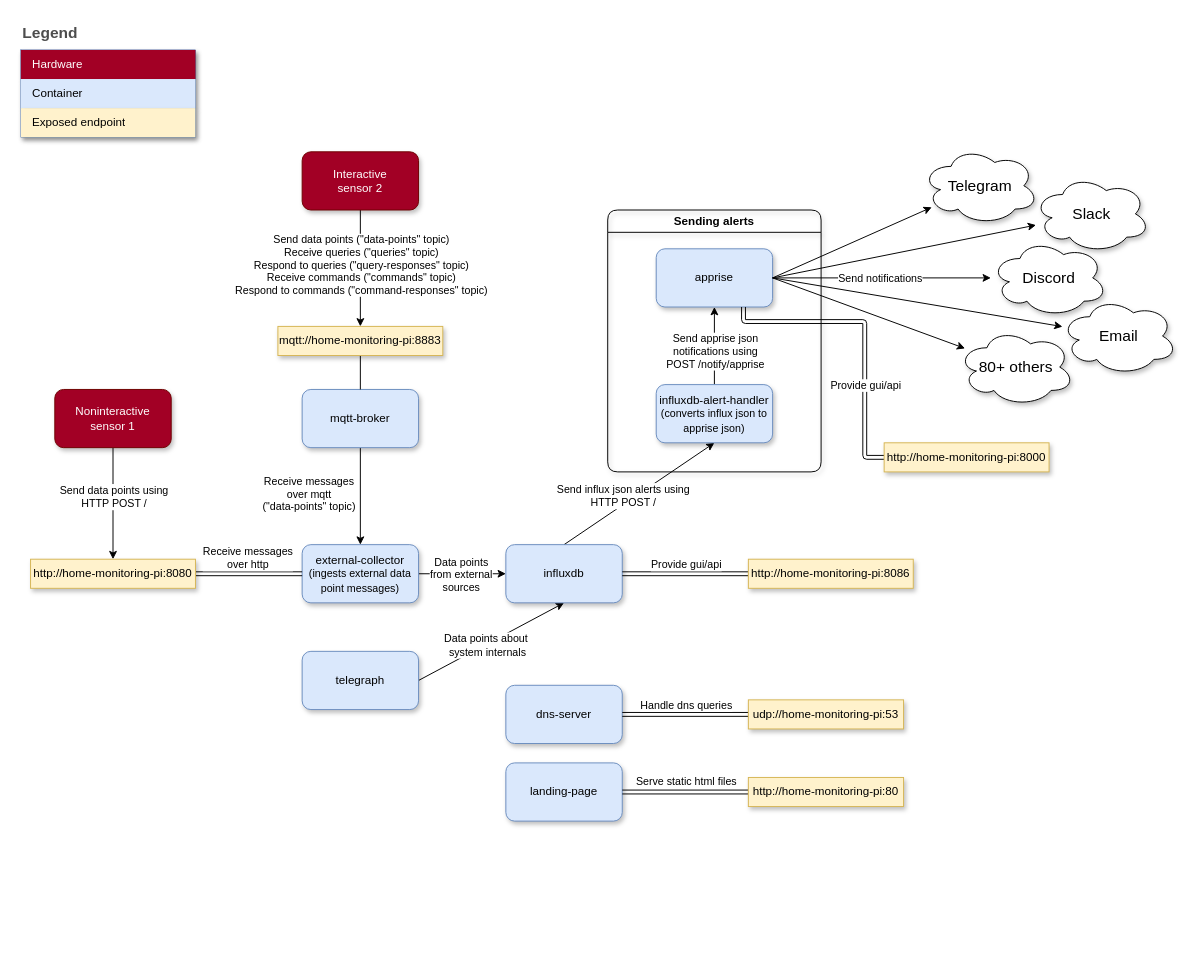
Above: drawings/overview.drawio in Reavershark/home-monitoring (draw.io), before the change. Source tidied: cells renumbered, new cells numbered last; positions are measured from the earlier drawing's top-left corner, leaving out a move shared by most shapes. Both pictures are drawn from the tidied source at 97%, with x=0, y=0 at pixel (20, 20).
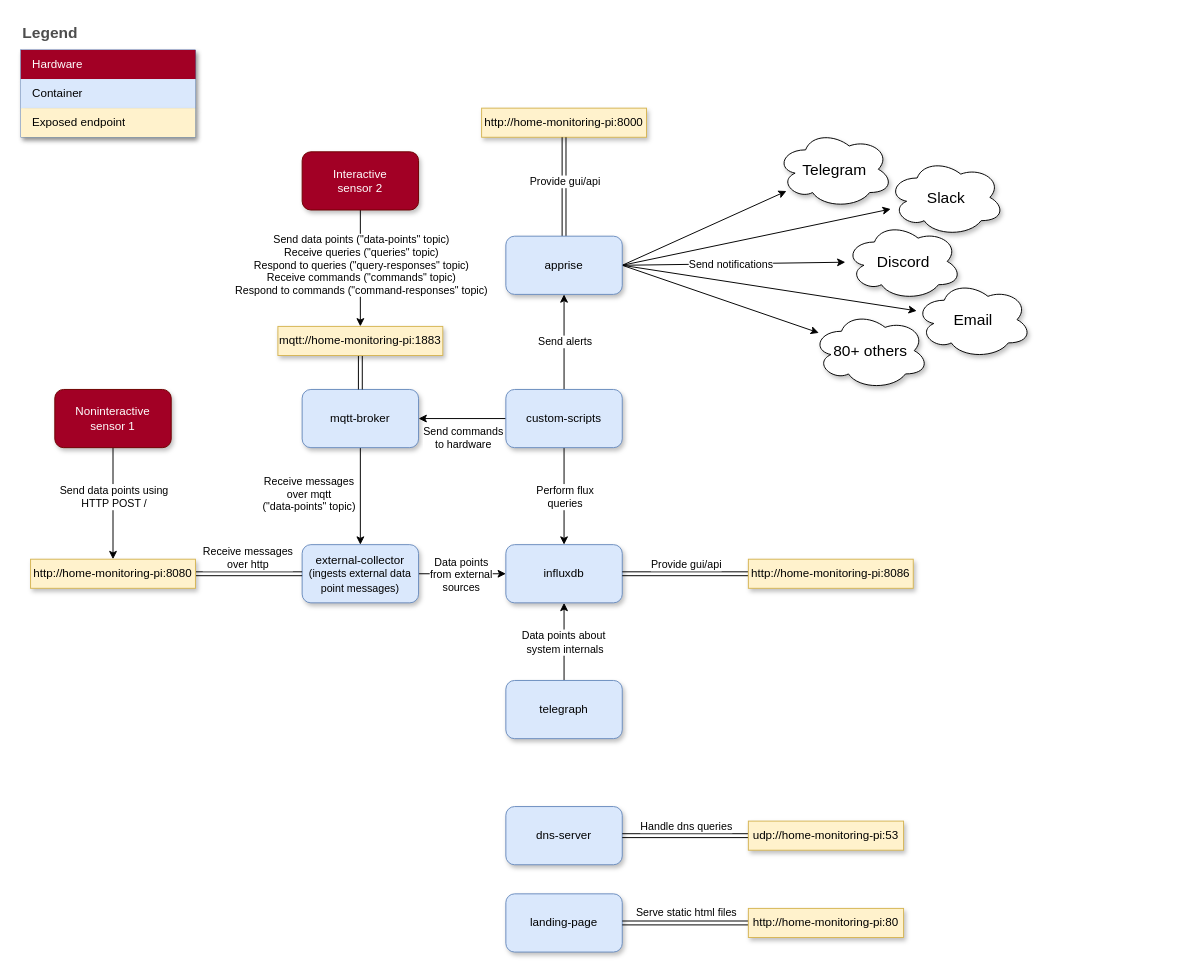
The same page after the edit.

Commit message (it also covers changes not shown here):
Update overview drawing

The change refers to these unchanged cells:
```xml
<mxCell id="17" value="influxdb" style="rounded=1;whiteSpace=wrap;html=1;glass=0;shadow=1;fillColor=#dae8fc;strokeColor=#6c8ebf;" parent="1" vertex="1">
  <mxGeometry x="500" y="540" width="120" height="60" as="geometry" />
</mxCell>
<mxCell id="57" value="mqtt-broker" style="rounded=1;whiteSpace=wrap;html=1;glass=0;shadow=1;fillColor=#dae8fc;strokeColor=#6c8ebf;" parent="1" vertex="1">
  <mxGeometry x="290" y="380" width="120" height="60" as="geometry" />
</mxCell>
```

Change to the diagram source:
```diff
@@
-    <mxCell id="2" style="edgeStyle=none;html=1;exitX=1;exitY=0.5;exitDx=0;exitDy=0;entryX=0.5;entryY=1;entryDx=0;entryDy=0;fontSize=11;fontColor=#000000;" parent="1" edge="1" source="4" target="17">
+    <mxCell id="2" style="edgeStyle=none;html=1;exitX=0.5;exitY=0;exitDx=0;exitDy=0;entryX=0.5;entryY=1;entryDx=0;entryDy=0;fontSize=11;fontColor=#000000;" parent="1" edge="1" source="4" target="17">
       <mxGeometry relative="1" as="geometry" />
     </mxCell>
     <mxCell id="3" value="Data points about&amp;nbsp;&lt;br&gt;system internals" style="edgeLabel;html=1;align=center;verticalAlign=middle;fontSize=11;fontColor=#000000;" parent="2" vertex="1">
       <mxGeometry x="-0.21" relative="1" as="geometry">
-        <mxPoint x="11" y="-5" as="offset" />
+        <mxPoint y="-8" as="offset" />
       </mxGeometry>
     </mxCell>
     <mxCell id="4" value="telegraph" style="rounded=1;whiteSpace=wrap;html=1;glass=0;shadow=1;fillColor=#dae8fc;strokeColor=#6c8ebf;" parent="1" vertex="1">
-      <mxGeometry x="290" y="650" width="120" height="60" as="geometry" />
+      <mxGeometry x="500" y="680" width="120" height="60" as="geometry" />
     </mxCell>
     <mxCell id="5" value="landing-page" style="rounded=1;whiteSpace=wrap;html=1;shadow=1;glass=0;fillColor=#dae8fc;strokeColor=#6c8ebf;" parent="1" vertex="1">
-      <mxGeometry x="500" y="765" width="120" height="60" as="geometry" />
+      <mxGeometry x="500" y="900" width="120" height="60" as="geometry" />
     </mxCell>
     <mxCell id="6" value="dns-server" style="rounded=1;whiteSpace=wrap;html=1;glass=0;shadow=1;fillColor=#dae8fc;strokeColor=#6c8ebf;" parent="1" vertex="1">
-      <mxGeometry x="500" y="685" width="120" height="60" as="geometry" />
+      <mxGeometry x="500" y="810" width="120" height="60" as="geometry" />
     </mxCell>
@@
-    <mxCell id="15" style="edgeStyle=none;html=1;exitX=0.5;exitY=0;exitDx=0;exitDy=0;entryX=0.5;entryY=1;entryDx=0;entryDy=0;fontColor=#000000;" parent="1" edge="1" source="17" target="28">
-      <mxGeometry relative="1" as="geometry" />
-    </mxCell>
-    <mxCell id="16" value="Send influx json alerts using&lt;br&gt;HTTP POST /" style="edgeLabel;html=1;align=center;verticalAlign=middle;fontColor=#000000;" parent="15" vertex="1">
-      <mxGeometry x="-0.31" y="-4" relative="1" as="geometry">
-        <mxPoint x="4" y="-17" as="offset" />
-      </mxGeometry>
-    </mxCell>
@@
     <mxCell id="20" value="http://home-monitoring-pi:80" style="text;html=1;strokeColor=#d6b656;fillColor=#fff2cc;align=center;verticalAlign=middle;whiteSpace=wrap;rounded=0;shadow=1;glass=0;sketch=0;" parent="1" vertex="1">
-      <mxGeometry x="750" y="780" width="160" height="30" as="geometry" />
+      <mxGeometry x="750" y="915" width="160" height="30" as="geometry" />
     </mxCell>
@@
-    <mxCell id="24" value="Sending alerts" style="swimlane;whiteSpace=wrap;html=1;rounded=1;shadow=1;glass=0;sketch=0;strokeColor=default;fontColor=#000000;fillColor=none;startSize=23;" parent="1" vertex="1">
-      <mxGeometry x="605" y="195" width="220" height="270" as="geometry" />
-    </mxCell>
-    <mxCell id="25" value="apprise" style="rounded=1;whiteSpace=wrap;html=1;glass=0;shadow=1;fillColor=#dae8fc;strokeColor=#6c8ebf;" parent="24" vertex="1">
-      <mxGeometry x="50" y="40" width="120" height="60" as="geometry" />
-    </mxCell>
-    <mxCell id="26" style="edgeStyle=none;html=1;exitX=0.5;exitY=0;exitDx=0;exitDy=0;entryX=0.5;entryY=1;entryDx=0;entryDy=0;fontColor=#000000;" parent="24" edge="1" source="28" target="25">
-      <mxGeometry relative="1" as="geometry" />
-    </mxCell>
-    <mxCell id="27" value="Send apprise json&lt;br&gt;notifications using&lt;br&gt;POST /notify/apprise" style="edgeLabel;html=1;align=center;verticalAlign=middle;fontSize=11;fontColor=#000000;" parent="26" vertex="1">
-      <mxGeometry x="-0.3" relative="1" as="geometry">
-        <mxPoint y="-7" as="offset" />
-      </mxGeometry>
-    </mxCell>
-    <mxCell id="28" value="influxdb-alert-handler&lt;br&gt;&lt;font style=&quot;font-size: 11px;&quot;&gt;(converts influx json to apprise json)&lt;/font&gt;" style="rounded=1;whiteSpace=wrap;html=1;glass=0;shadow=1;fillColor=#dae8fc;strokeColor=#6c8ebf;" parent="24" vertex="1">
-      <mxGeometry x="50" y="180" width="120" height="60" as="geometry" />
-    </mxCell>
@@
     <mxCell id="31" value="udp://home-monitoring-pi:53" style="text;html=1;strokeColor=#d6b656;fillColor=#fff2cc;align=center;verticalAlign=middle;whiteSpace=wrap;rounded=0;shadow=1;glass=0;sketch=0;" parent="1" vertex="1">
-      <mxGeometry x="750" y="700" width="160" height="30" as="geometry" />
+      <mxGeometry x="750" y="825" width="160" height="30" as="geometry" />
     </mxCell>
     <mxCell id="32" value="&lt;font style=&quot;font-size: 16px;&quot;&gt;Telegram&lt;/font&gt;" style="ellipse;shape=cloud;whiteSpace=wrap;html=1;rounded=1;shadow=1;glass=0;sketch=0;fontSize=11;" parent="1" vertex="1">
-      <mxGeometry x="929" y="130" width="120" height="80" as="geometry" />
+      <mxGeometry x="779" y="113" width="120" height="80" as="geometry" />
     </mxCell>
     <mxCell id="33" value="&lt;font style=&quot;font-size: 16px;&quot;&gt;Discord&lt;/font&gt;" style="ellipse;shape=cloud;whiteSpace=wrap;html=1;rounded=1;shadow=1;glass=0;sketch=0;fontSize=11;" parent="1" vertex="1">
-      <mxGeometry x="1000" y="225" width="120" height="80" as="geometry" />
+      <mxGeometry x="850" y="208" width="120" height="80" as="geometry" />
     </mxCell>
     <mxCell id="34" value="&lt;font style=&quot;font-size: 16px;&quot;&gt;Slack&lt;/font&gt;" style="ellipse;shape=cloud;whiteSpace=wrap;html=1;rounded=1;shadow=1;glass=0;sketch=0;fontSize=11;" parent="1" vertex="1">
-      <mxGeometry x="1044" y="159" width="120" height="80" as="geometry" />
+      <mxGeometry x="894" y="142" width="120" height="80" as="geometry" />
     </mxCell>
     <mxCell id="35" value="&lt;font style=&quot;font-size: 16px;&quot;&gt;Email&lt;/font&gt;" style="ellipse;shape=cloud;whiteSpace=wrap;html=1;rounded=1;shadow=1;glass=0;sketch=0;fontSize=11;" parent="1" vertex="1">
-      <mxGeometry x="1072" y="285" width="120" height="80" as="geometry" />
+      <mxGeometry x="922" y="268" width="120" height="80" as="geometry" />
     </mxCell>
     <mxCell id="36" value="&lt;font style=&quot;font-size: 16px;&quot;&gt;80+ others&lt;/font&gt;" style="ellipse;shape=cloud;whiteSpace=wrap;html=1;rounded=1;shadow=1;glass=0;sketch=0;fontSize=11;" parent="1" vertex="1">
-      <mxGeometry x="966" y="317" width="120" height="80" as="geometry" />
+      <mxGeometry x="816" y="300" width="120" height="80" as="geometry" />
     </mxCell>
@@
-    <mxCell id="43" style="edgeStyle=orthogonalEdgeStyle;html=1;exitX=0;exitY=0.5;exitDx=0;exitDy=0;entryX=0.75;entryY=1;entryDx=0;entryDy=0;fontSize=11;fontColor=#000000;shape=link;" parent="1" edge="1" source="45" target="25">
-      <mxGeometry relative="1" as="geometry">
-        <Array as="points">
-          <mxPoint x="870" y="450" />
-          <mxPoint x="870" y="310" />
-          <mxPoint x="745" y="310" />
-        </Array>
-      </mxGeometry>
-    </mxCell>
-    <mxCell id="44" value="Provide gui/api" style="edgeLabel;html=1;align=center;verticalAlign=middle;fontSize=11;fontColor=#000000;" parent="43" vertex="1">
-      <mxGeometry x="-0.22" y="-4" relative="1" as="geometry">
-        <mxPoint x="-4" y="22" as="offset" />
-      </mxGeometry>
-    </mxCell>
     <mxCell id="45" value="http://home-monitoring-pi:8000" style="text;html=1;strokeColor=#d6b656;fillColor=#fff2cc;align=center;verticalAlign=middle;whiteSpace=wrap;rounded=0;shadow=1;glass=0;sketch=0;" parent="1" vertex="1">
-      <mxGeometry x="890" y="435" width="170" height="30" as="geometry" />
+      <mxGeometry x="475" y="90" width="170" height="30" as="geometry" />
     </mxCell>
@@
-    <mxCell id="58" style="edgeStyle=none;html=1;exitX=0.5;exitY=1;exitDx=0;exitDy=0;fontSize=11;fontColor=#000000;endArrow=none;endFill=0;" parent="1" edge="1" source="59" target="57">
+    <mxCell id="58" style="edgeStyle=none;html=1;exitX=0.5;exitY=1;exitDx=0;exitDy=0;fontSize=11;fontColor=#000000;endArrow=none;endFill=0;shape=link;" parent="1" edge="1" source="59" target="57">
       <mxGeometry relative="1" as="geometry" />
     </mxCell>
-    <mxCell id="59" value="mqtt://home-monitoring-pi:8883" style="text;html=1;strokeColor=#d6b656;fillColor=#fff2cc;align=center;verticalAlign=middle;whiteSpace=wrap;rounded=0;shadow=1;glass=0;sketch=0;" parent="1" vertex="1">
+    <mxCell id="59" value="mqtt://home-monitoring-pi:1883" style="text;html=1;strokeColor=#d6b656;fillColor=#fff2cc;align=center;verticalAlign=middle;whiteSpace=wrap;rounded=0;shadow=1;glass=0;sketch=0;" parent="1" vertex="1">
       <mxGeometry x="265" y="315" width="170" height="30" as="geometry" />
     </mxCell>
+    <mxCell id="44" style="edgeStyle=none;html=1;exitX=0.5;exitY=0;exitDx=0;exitDy=0;entryX=0.5;entryY=1;entryDx=0;entryDy=0;shape=link;" parent="1" edge="1" source="25" target="45">
+      <mxGeometry relative="1" as="geometry" />
+    </mxCell>
+    <mxCell id="60" value="Provide gui/api" style="edgeLabel;html=1;align=center;verticalAlign=middle;" parent="44" vertex="1">
+      <mxGeometry x="0.23" y="-1" relative="1" as="geometry">
+        <mxPoint x="-1" y="6" as="offset" />
+      </mxGeometry>
+    </mxCell>
+    <mxCell id="25" value="apprise" style="rounded=1;whiteSpace=wrap;html=1;glass=0;shadow=1;fillColor=#dae8fc;strokeColor=#6c8ebf;" parent="1" vertex="1">
+      <mxGeometry x="500" y="222" width="120" height="60" as="geometry" />
+    </mxCell>
+    <mxCell id="61" style="edgeStyle=none;html=1;exitX=0;exitY=0.5;exitDx=0;exitDy=0;entryX=1;entryY=0.5;entryDx=0;entryDy=0;" parent="1" edge="1" source="67" target="57">
+      <mxGeometry relative="1" as="geometry" />
+    </mxCell>
+    <mxCell id="62" value="Send commands&lt;br&gt;to hardware" style="edgeLabel;html=1;align=center;verticalAlign=middle;" parent="61" vertex="1">
+      <mxGeometry x="-0.39" relative="1" as="geometry">
+        <mxPoint x="-18" y="19" as="offset" />
+      </mxGeometry>
+    </mxCell>
+    <mxCell id="63" style="edgeStyle=none;html=1;exitX=0.5;exitY=1;exitDx=0;exitDy=0;" parent="1" edge="1" source="67" target="17">
+      <mxGeometry relative="1" as="geometry" />
+    </mxCell>
+    <mxCell id="64" value="Perform flux&lt;br&gt;queries" style="edgeLabel;html=1;align=center;verticalAlign=middle;" parent="63" vertex="1">
+      <mxGeometry x="-0.33" y="-1" relative="1" as="geometry">
+        <mxPoint x="1" y="16" as="offset" />
+      </mxGeometry>
+    </mxCell>
+    <mxCell id="65" style="edgeStyle=none;html=1;exitX=0.5;exitY=0;exitDx=0;exitDy=0;entryX=0.5;entryY=1;entryDx=0;entryDy=0;" parent="1" edge="1" source="67" target="25">
+      <mxGeometry relative="1" as="geometry" />
+    </mxCell>
+    <mxCell id="66" value="Send alerts" style="edgeLabel;html=1;align=center;verticalAlign=middle;" parent="65" vertex="1">
+      <mxGeometry x="0.31" y="1" relative="1" as="geometry">
+        <mxPoint x="1" y="14" as="offset" />
+      </mxGeometry>
+    </mxCell>
+    <mxCell id="67" value="custom-scripts" style="rounded=1;whiteSpace=wrap;html=1;glass=0;shadow=1;fillColor=#dae8fc;strokeColor=#6c8ebf;" parent="1" vertex="1">
+      <mxGeometry x="500" y="380" width="120" height="60" as="geometry" />
+    </mxCell>
```
